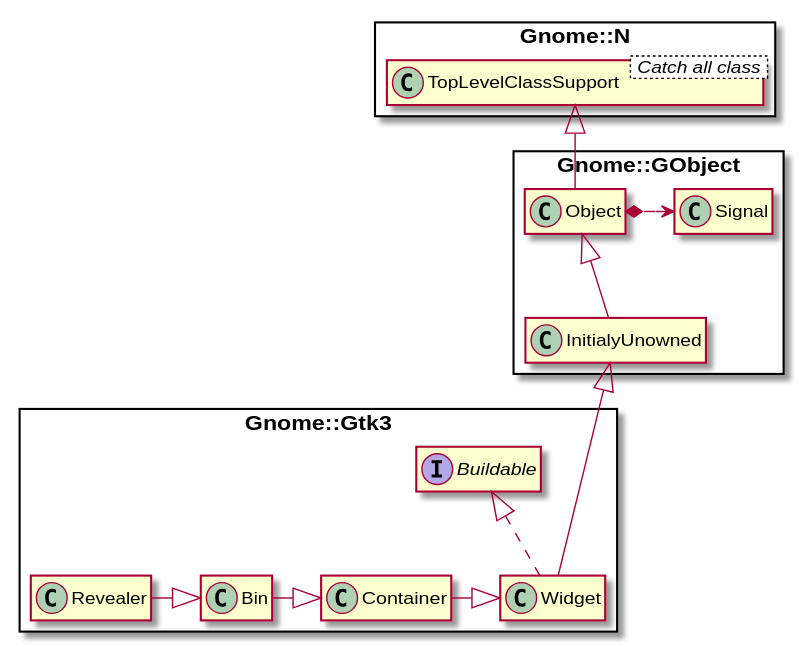
Earlier version of the PlantUML export docs/content-docs/reference/Gtk3/plantuml/Revealer.svg (MARTIMM/gnome-gtk3). Source of this version:
```plantuml
@startuml
skinparam packageStyle rectangle
set namespaceSeparator ::
hide members


class Gnome::N::TopLevelClassSupport < Catch all class >
Gnome::N::TopLevelClassSupport <|-- Gnome::GObject::Object

Gnome::GObject::Object <|-- Gnome::GObject::InitialyUnowned
Gnome::GObject::Object *-> Gnome::GObject::Signal

Gnome::GObject::InitialyUnowned <|--- Gnome::Gtk3::Widget

class Gnome::Gtk3::Widget implements Gnome::Gtk3::Buildable

Gnome::Gtk3::Revealer -|> Gnome::Gtk3::Bin
Gnome::Gtk3::Bin -|> Gnome::Gtk3::Container
Gnome::Gtk3::Container -|> Gnome::Gtk3::Widget










@enduml
```
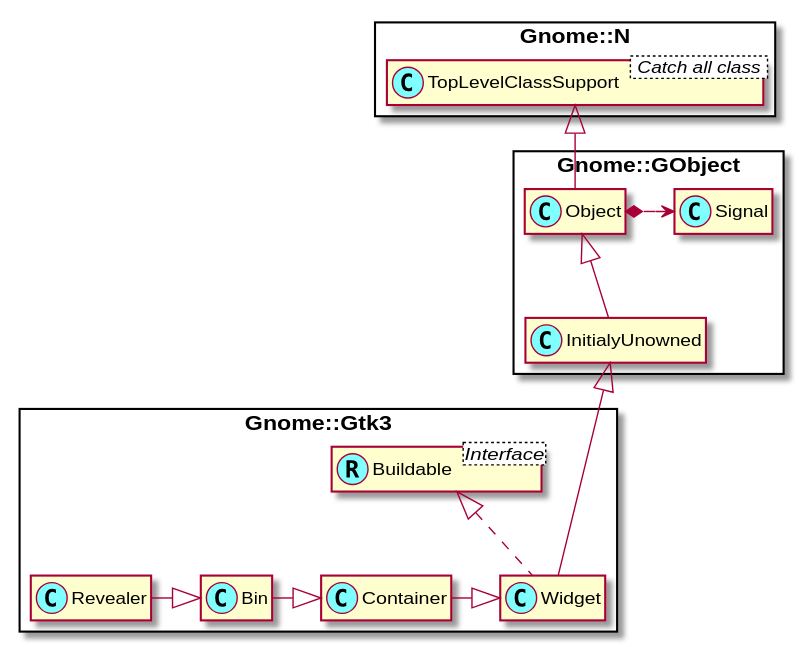
Above is the later version.

Diff of the diagram source:
```diff
@@ -1,5 +1,6 @@
 @startuml
 skinparam packageStyle rectangle
+skinparam stereotypeCBackgroundColor #80ffff
 set namespaceSeparator ::
 hide members
 
@@ -13,6 +14,8 @@
 Gnome::GObject::InitialyUnowned <|--- Gnome::Gtk3::Widget
 
 class Gnome::Gtk3::Widget implements Gnome::Gtk3::Buildable
+Interface Gnome::Gtk3::Buildable <Interface>
+class Gnome::Gtk3::Buildable <<(R,#80ffff)>>
 
 Gnome::Gtk3::Revealer -|> Gnome::Gtk3::Bin
 Gnome::Gtk3::Bin -|> Gnome::Gtk3::Container
```
